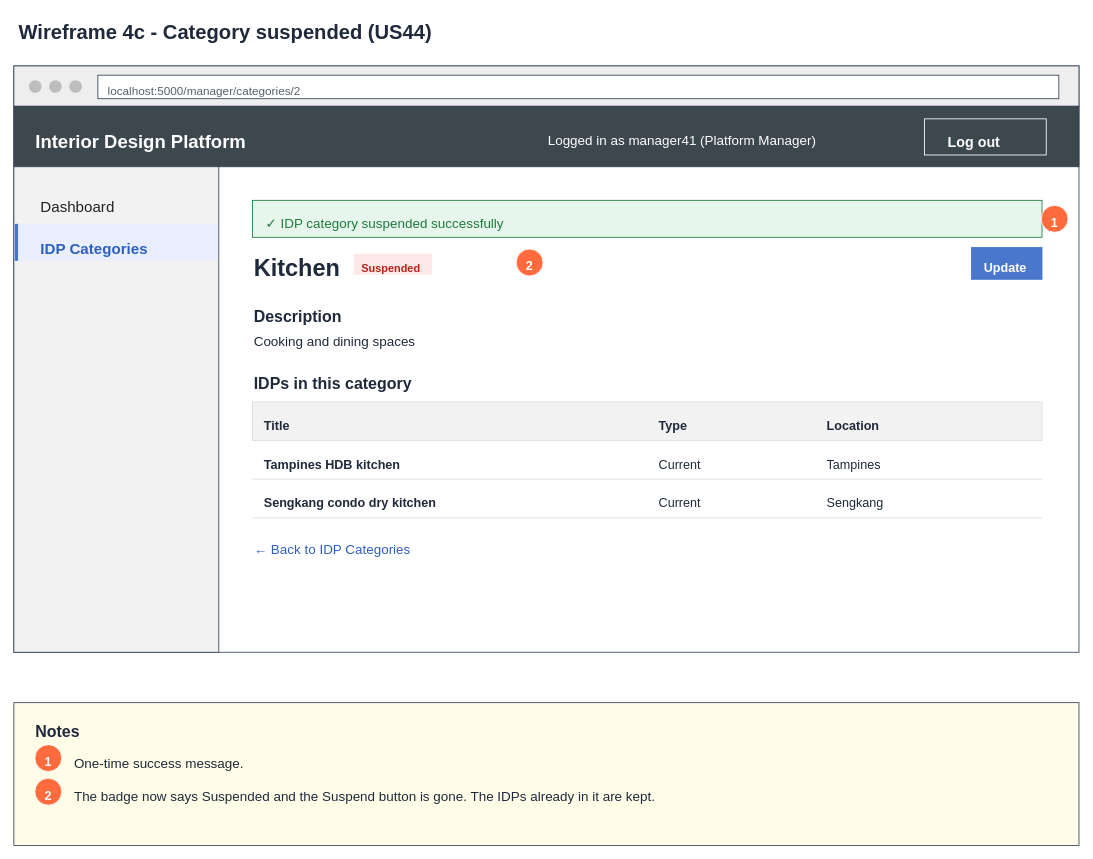
Before: page "4c Wireframe - Category suspended" (4 of 7) of Sprint_2/US44 - Suspend IDP Category/US44 Suspend IDP category.drawio in Hanzxc/CSIT314-ARCHSS, a draw.io diagram. Source tidied: cells renumbered, new cells numbered last; positions are measured from the earlier drawing's top-left corner, leaving out a move shared by most shapes. Both pictures are drawn from the tidied source at 84%, with x=0, y=0 at pixel (13, 13).
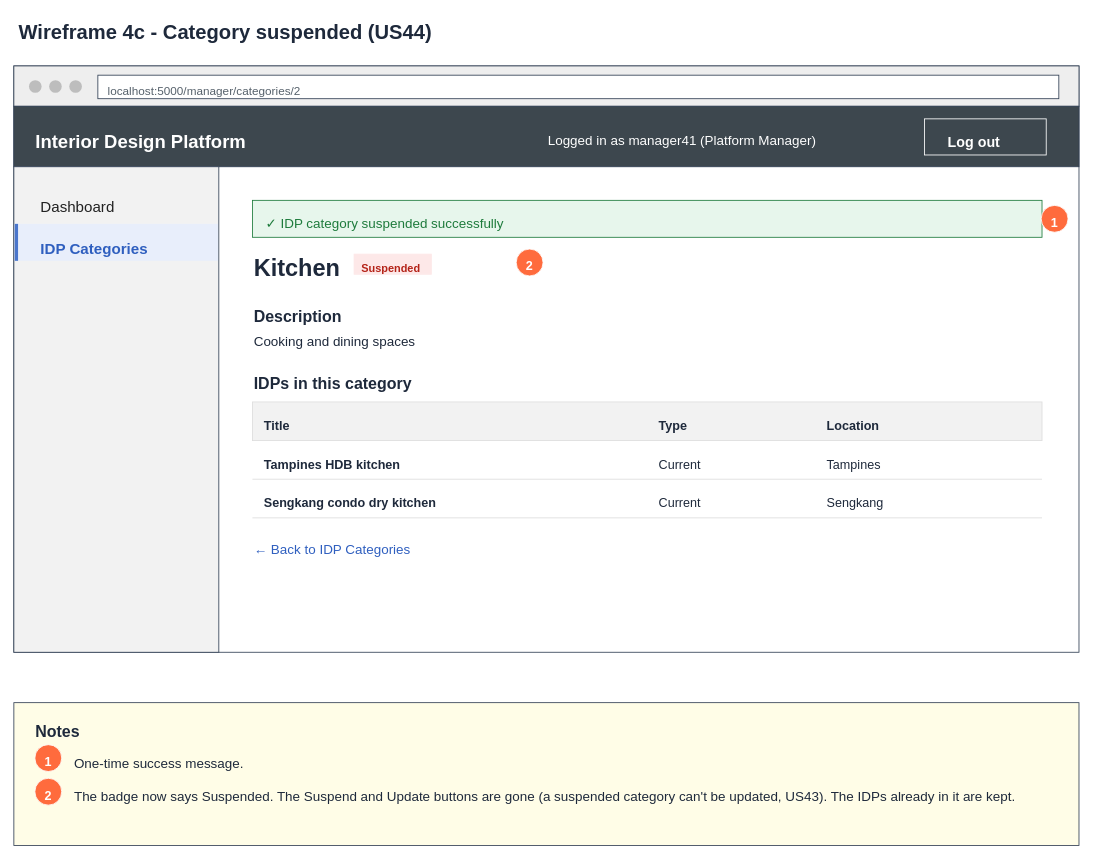
The same page after the edit.

What changed in the source:
```diff
@@
-    <mxCell id="25" style="rounded=0;whiteSpace=wrap;fillColor=#4a76cc;strokeColor=#4a76cc;" parent="1" vertex="1">
-      <mxGeometry x="1140" y="278" width="84" height="38" as="geometry" />
-    </mxCell>
-    <mxCell id="26" value="Update" style="text;html=0;align=left;verticalAlign=top;fontSize=15;fontStyle=1;fontColor=#ffffff;" parent="1" vertex="1">
-      <mxGeometry x="1153" y="287" width="58" height="24" as="geometry" />
-    </mxCell>
@@
-    <mxCell id="54" value="The badge now says Suspended and the Suspend button is gone. The IDPs already in it are kept." style="text;html=0;align=left;verticalAlign=top;fontSize=16;fontStyle=0;fontColor=#1e293b;" parent="1" vertex="1">
-      <mxGeometry x="70" y="916" width="697" height="26" as="geometry" />
+    <mxCell id="54" value="The badge now says Suspended. The Suspend and Update buttons are gone (a suspended category can't be updated, US43). The IDPs already in it are kept." style="text;html=0;align=left;verticalAlign=top;fontSize=16;fontStyle=0;fontColor=#1e293b;" parent="1" vertex="1">
+      <mxGeometry x="70" y="916" width="1150" height="26" as="geometry" />
     </mxCell>
```
